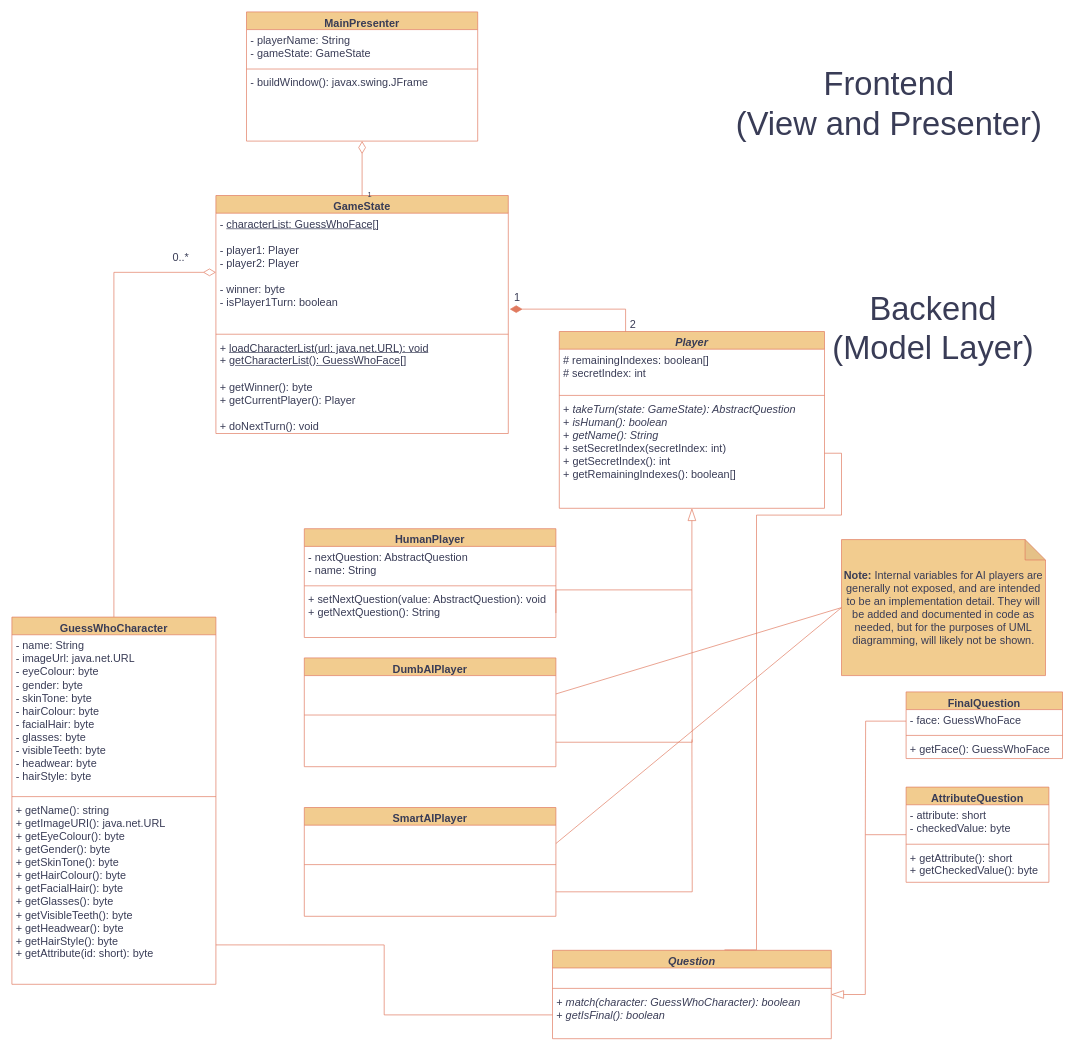
Above: uml-diagram.drawio in jgcodes2020/GSEGuessWho (draw.io), before the change. Source tidied: cells renumbered, new cells numbered last; positions are measured from the earlier drawing's top-left corner, leaving out a move shared by most shapes. Both pictures are drawn from the tidied source at 68%, with x=0, y=0 at pixel (12, 12).
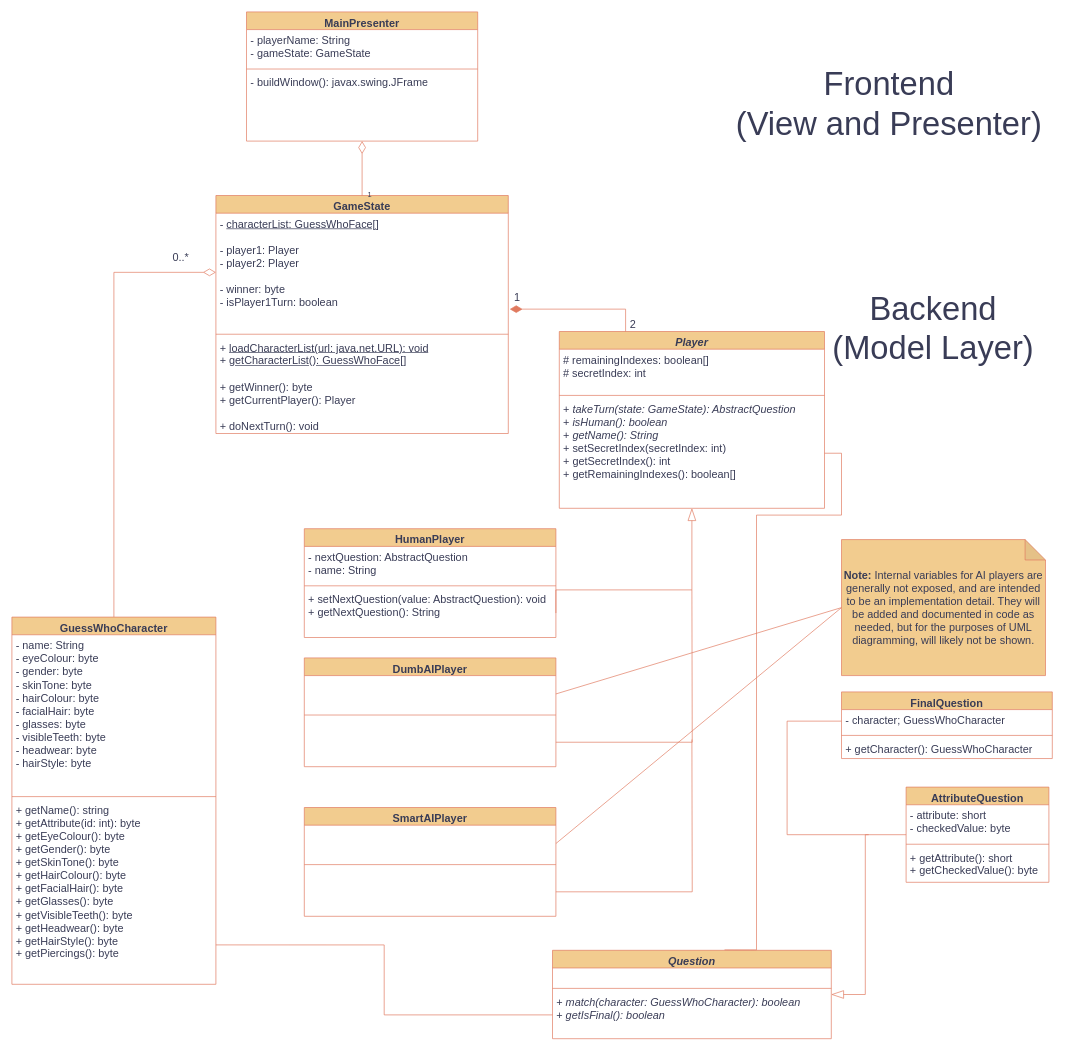
After the change.

Commit message (it also covers changes not shown here):
fix some UML naming, add basic templates for functions

Unchanged cells that the change refers to:
```xml
<mxCell id="4" value="GuessWhoCharacter" style="swimlane;fontStyle=1;align=center;verticalAlign=top;horizontal=1;startSize=26;whiteSpace=wrap;html=1;fontSize=16;labelBackgroundColor=none;fillColor=#F2CC8F;strokeColor=#E07A5F;fontColor=#393C56;rounded=0;" parent="1" vertex="1">
  <mxGeometry y="890" width="300" height="540" as="geometry" />
</mxCell>
```

The edit, as a diff of the source:
```diff
@@
-    <mxCell id="5" value="&lt;div style=&quot;font-size: 16px;&quot;&gt;- name: String&lt;/div&gt;&lt;div style=&quot;font-size: 16px;&quot;&gt;- imageUrl: java.net.URL&lt;br style=&quot;font-size: 16px;&quot;&gt;&lt;/div&gt;&lt;div style=&quot;font-size: 16px;&quot;&gt;- eyeColour: byte&lt;/div&gt;&lt;div style=&quot;font-size: 16px;&quot;&gt;- gender: byte&lt;br style=&quot;font-size: 16px;&quot;&gt;&lt;/div&gt;&lt;div style=&quot;font-size: 16px;&quot;&gt;- skinTone: byte&lt;/div&gt;&lt;div style=&quot;font-size: 16px;&quot;&gt;- hairColour: byte&lt;/div&gt;&lt;div style=&quot;font-size: 16px;&quot;&gt;- facialHair: byte&lt;/div&gt;&lt;div style=&quot;font-size: 16px;&quot;&gt;- glasses: byte&lt;/div&gt;&lt;div style=&quot;font-size: 16px;&quot;&gt;- visibleTeeth: byte&lt;/div&gt;&lt;div style=&quot;font-size: 16px;&quot;&gt;- headwear: byte&lt;br style=&quot;font-size: 16px;&quot;&gt;- hairStyle: byte&lt;br style=&quot;font-size: 16px;&quot;&gt;&lt;/div&gt;" style="text;strokeColor=none;fillColor=none;align=left;verticalAlign=top;spacingLeft=4;spacingRight=4;overflow=hidden;whiteSpace=wrap;html=1;fontSize=16;labelBackgroundColor=none;fontColor=#393C56;rounded=0;" parent="4" vertex="1">
+    <mxCell id="5" value="&lt;div style=&quot;font-size: 16px;&quot;&gt;- name: String&lt;/div&gt;&lt;div style=&quot;font-size: 16px;&quot;&gt;- eyeColour: byte&lt;/div&gt;&lt;div style=&quot;font-size: 16px;&quot;&gt;- gender: byte&lt;br style=&quot;font-size: 16px;&quot;&gt;&lt;/div&gt;&lt;div style=&quot;font-size: 16px;&quot;&gt;- skinTone: byte&lt;/div&gt;&lt;div style=&quot;font-size: 16px;&quot;&gt;- hairColour: byte&lt;/div&gt;&lt;div style=&quot;font-size: 16px;&quot;&gt;- facialHair: byte&lt;/div&gt;&lt;div style=&quot;font-size: 16px;&quot;&gt;- glasses: byte&lt;/div&gt;&lt;div style=&quot;font-size: 16px;&quot;&gt;- visibleTeeth: byte&lt;/div&gt;&lt;div style=&quot;font-size: 16px;&quot;&gt;- headwear: byte&lt;br style=&quot;font-size: 16px;&quot;&gt;- hairStyle: byte&lt;br style=&quot;font-size: 16px;&quot;&gt;&lt;/div&gt;" style="text;strokeColor=none;fillColor=none;align=left;verticalAlign=top;spacingLeft=4;spacingRight=4;overflow=hidden;whiteSpace=wrap;html=1;fontSize=16;labelBackgroundColor=none;fontColor=#393C56;rounded=0;" parent="4" vertex="1">
       <mxGeometry y="26" width="300" height="234" as="geometry" />
     </mxCell>
@@
-    <mxCell id="7" value="+ getName(): string&lt;br&gt;+ getImageURI(): java.net.URL&lt;br&gt;+ getEyeColour(): byte&lt;br style=&quot;font-size: 16px;&quot;&gt;+ getGender(): byte&lt;br style=&quot;font-size: 16px;&quot;&gt;&lt;div style=&quot;font-size: 16px;&quot;&gt;+ getSkinTone(): byte&lt;/div&gt;&lt;div style=&quot;font-size: 16px;&quot;&gt;+ getHairColour(): byte&lt;/div&gt;&lt;div style=&quot;font-size: 16px;&quot;&gt;+ getFacialHair(): byte&lt;/div&gt;&lt;div style=&quot;font-size: 16px;&quot;&gt;+ getGlasses(): byte&lt;/div&gt;&lt;div style=&quot;font-size: 16px;&quot;&gt;+ getVisibleTeeth(): byte&lt;/div&gt;&lt;div style=&quot;font-size: 16px;&quot;&gt;+ getHeadwear(): byte&lt;/div&gt;&lt;div style=&quot;font-size: 16px;&quot;&gt;+ getHairStyle(): byte&lt;/div&gt;&lt;div style=&quot;font-size: 16px;&quot;&gt;+ getAttribute(id: short): byte&lt;br style=&quot;font-size: 16px;&quot;&gt;&lt;/div&gt;" style="text;strokeColor=none;fillColor=none;align=left;verticalAlign=top;spacingLeft=4;spacingRight=4;overflow=hidden;points=[[0,0.5],[1,0.5]];portConstraint=eastwest;whiteSpace=wrap;html=1;fontSize=16;labelBackgroundColor=none;fontColor=#393C56;rounded=0;" parent="4" vertex="1">
+    <mxCell id="7" value="+ getName(): string&lt;br&gt;+ getAttribute(id: int): byte&lt;br&gt;+ getEyeColour(): byte&lt;br style=&quot;font-size: 16px;&quot;&gt;+ getGender(): byte&lt;br style=&quot;font-size: 16px;&quot;&gt;&lt;div style=&quot;font-size: 16px;&quot;&gt;+ getSkinTone(): byte&lt;/div&gt;&lt;div style=&quot;font-size: 16px;&quot;&gt;+ getHairColour(): byte&lt;/div&gt;&lt;div style=&quot;font-size: 16px;&quot;&gt;+ getFacialHair(): byte&lt;/div&gt;&lt;div style=&quot;font-size: 16px;&quot;&gt;+ getGlasses(): byte&lt;/div&gt;&lt;div style=&quot;font-size: 16px;&quot;&gt;+ getVisibleTeeth(): byte&lt;/div&gt;&lt;div style=&quot;font-size: 16px;&quot;&gt;+ getHeadwear(): byte&lt;/div&gt;&lt;div style=&quot;font-size: 16px;&quot;&gt;+ getHairStyle(): byte&lt;/div&gt;&lt;div style=&quot;font-size: 16px;&quot;&gt;+ getPiercings(): byte&lt;/div&gt;" style="text;strokeColor=none;fillColor=none;align=left;verticalAlign=top;spacingLeft=4;spacingRight=4;overflow=hidden;points=[[0,0.5],[1,0.5]];portConstraint=eastwest;whiteSpace=wrap;html=1;fontSize=16;labelBackgroundColor=none;fontColor=#393C56;rounded=0;" parent="4" vertex="1">
       <mxGeometry y="268" width="300" height="272" as="geometry" />
     </mxCell>
@@
     <mxCell id="19" value="FinalQuestion" style="swimlane;fontStyle=1;align=center;verticalAlign=top;horizontal=1;startSize=26;whiteSpace=wrap;html=1;fontSize=16;labelBackgroundColor=none;fillColor=#F2CC8F;strokeColor=#E07A5F;fontColor=#393C56;rounded=0;" parent="1" vertex="1">
-      <mxGeometry x="1315" y="1000" width="230" height="98" as="geometry" />
+      <mxGeometry x="1220" y="1000" width="310" height="98" as="geometry" />
     </mxCell>
     <mxCell id="20" style="edgeStyle=orthogonalEdgeStyle;rounded=0;jettySize=auto;html=1;exitX=0;exitY=0.5;exitDx=0;exitDy=0;strokeColor=#E07A5F;fontSize=12;fontColor=default;startSize=8;endSize=8;fillColor=#F2CC8F;endArrow=none;endFill=0;labelBackgroundColor=none;" parent="19" edge="1" source="21">
       <mxGeometry relative="1" as="geometry">
-        <mxPoint x="-60" y="210" as="targetPoint" />
+        <mxPoint x="40" y="210" as="targetPoint" />
+        <Array as="points">
+          <mxPoint x="-80" y="43" />
+          <mxPoint x="-80" y="210" />
+        </Array>
       </mxGeometry>
     </mxCell>
-    <mxCell id="21" value="- face: GuessWhoFace" style="text;strokeColor=none;fillColor=none;align=left;verticalAlign=top;spacingLeft=4;spacingRight=4;overflow=hidden;points=[[0,0.5],[1,0.5]];portConstraint=eastwest;whiteSpace=wrap;html=1;fontSize=16;labelBackgroundColor=none;fontColor=#393C56;rounded=0;" parent="19" vertex="1">
-      <mxGeometry y="26" width="230" height="34" as="geometry" />
+    <mxCell id="21" value="- character; GuessWhoCharacter" style="text;strokeColor=none;fillColor=none;align=left;verticalAlign=top;spacingLeft=4;spacingRight=4;overflow=hidden;points=[[0,0.5],[1,0.5]];portConstraint=eastwest;whiteSpace=wrap;html=1;fontSize=16;labelBackgroundColor=none;fontColor=#393C56;rounded=0;" parent="19" vertex="1">
+      <mxGeometry y="26" width="310" height="34" as="geometry" />
     </mxCell>
     <mxCell id="22" style="line;strokeWidth=1;fillColor=none;align=left;verticalAlign=middle;spacingTop=-1;spacingLeft=3;spacingRight=3;labelPosition=right;strokeColor=#E07A5F;fontSize=16;labelBackgroundColor=none;fontColor=#393C56;rounded=0;" parent="19" vertex="1">
-      <mxGeometry y="60" width="230" height="8" as="geometry" />
+      <mxGeometry y="60" width="310" height="8" as="geometry" />
     </mxCell>
-    <mxCell id="23" value="+ getFace(): GuessWhoFace" style="text;strokeColor=none;fillColor=none;align=left;verticalAlign=top;spacingLeft=4;spacingRight=4;overflow=hidden;whiteSpace=wrap;html=1;fontSize=16;labelBackgroundColor=none;fontColor=#393C56;rounded=0;" parent="19" vertex="1">
-      <mxGeometry y="68" width="230" height="30" as="geometry" />
+    <mxCell id="23" value="+ getCharacter(): GuessWhoCharacter" style="text;strokeColor=none;fillColor=none;align=left;verticalAlign=top;spacingLeft=4;spacingRight=4;overflow=hidden;whiteSpace=wrap;html=1;fontSize=16;labelBackgroundColor=none;fontColor=#393C56;rounded=0;" parent="19" vertex="1">
+      <mxGeometry y="68" width="310" height="30" as="geometry" />
     </mxCell>
```
